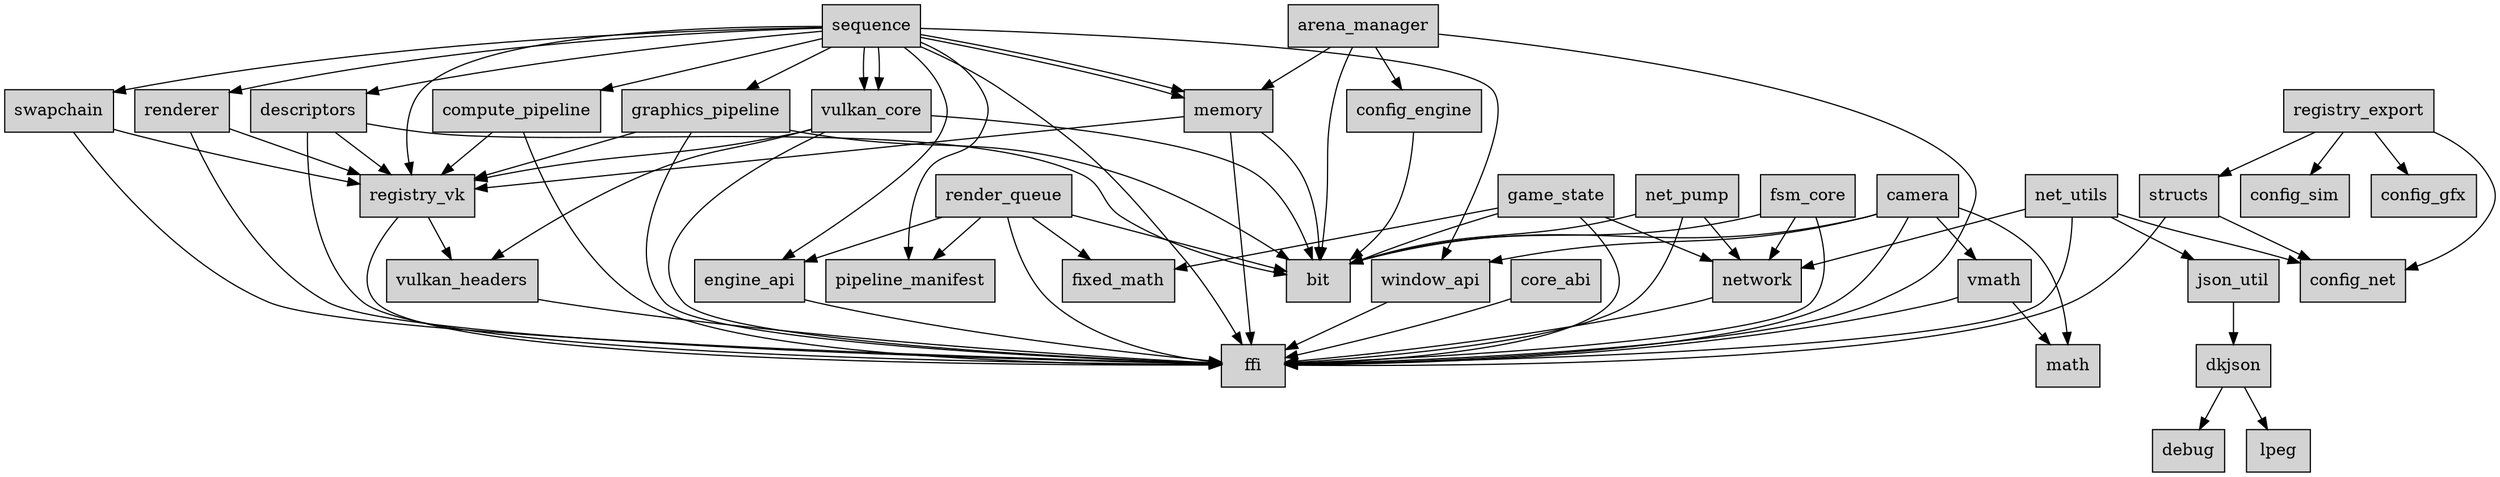
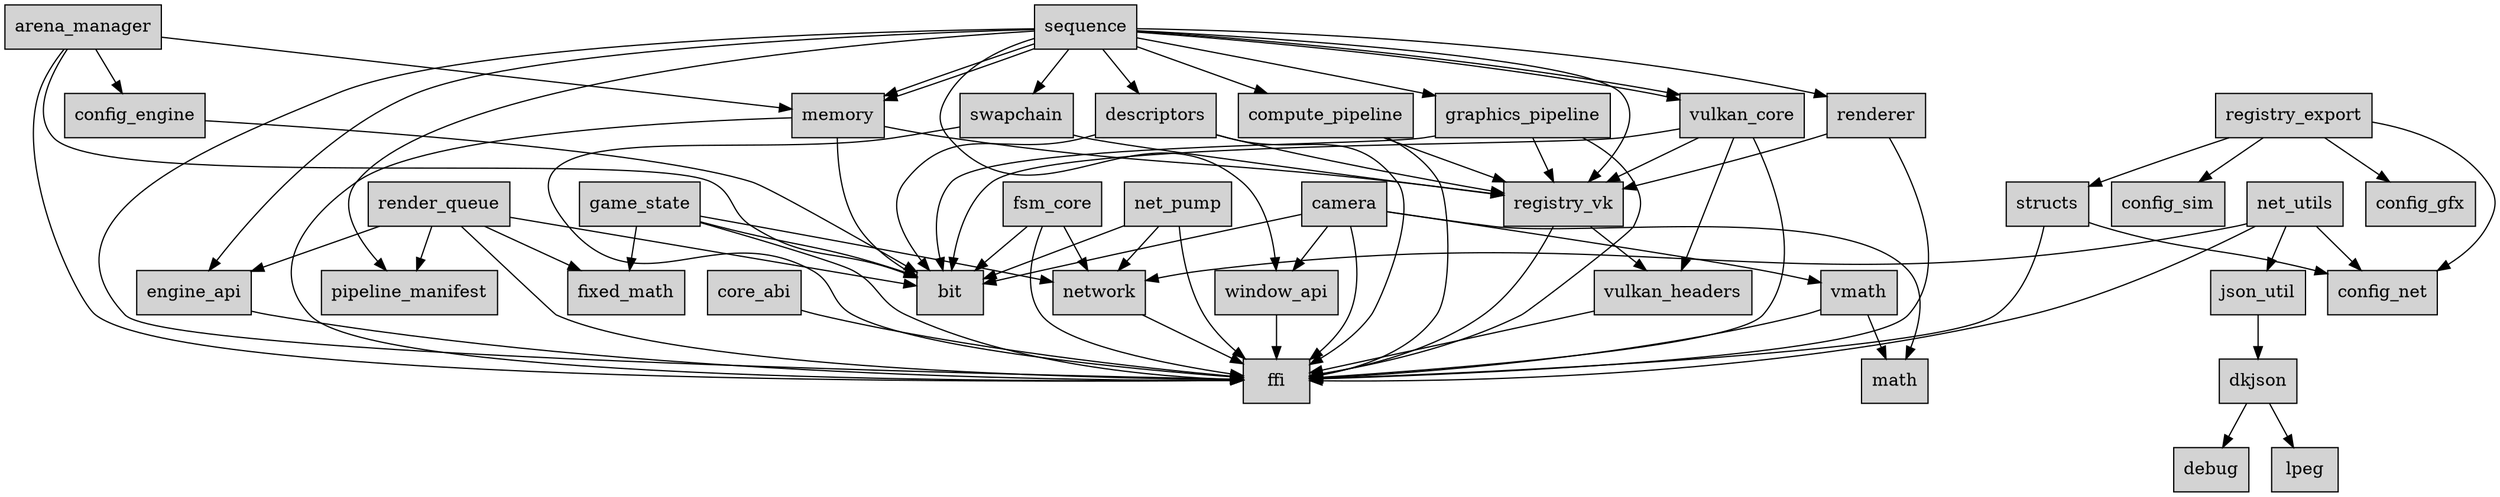
digraph WeaverEngine {
  node [shape=box, style=filled, fillcolor=lightgray];
-   "json_util" -> "dkjson";
-   "game_state" -> "ffi";
-   "game_state" -> "bit";
-   "game_state" -> "network";
-   "game_state" -> "fixed_math";
-   "config_net";
-   "renderer" -> "ffi";
-   "renderer" -> "registry_vk";
-   "pipeline_manifest";
-   "network" -> "ffi";
-   "net_pump" -> "ffi";
-   "net_pump" -> "bit";
-   "net_pump" -> "network";
-   "compute_pipeline" -> "ffi";
-   "compute_pipeline" -> "registry_vk";
-   "registry_vk" -> "ffi";
-   "registry_vk" -> "vulkan_headers";
-   "vulkan_core" -> "ffi";
-   "vulkan_core" -> "bit";
-   "vulkan_core" -> "vulkan_headers";
-   "vulkan_core" -> "registry_vk";
-   "core_abi" -> "ffi";
-   "arena_manager" -> "ffi";
-   "arena_manager" -> "bit";
-   "arena_manager" -> "config_engine";
-   "arena_manager" -> "memory";
-   "descriptors" -> "ffi";
-   "descriptors" -> "bit";
-   "descriptors" -> "registry_vk";
-   "swapchain" -> "ffi";
-   "swapchain" -> "registry_vk";
-   "graphics_pipeline" -> "ffi";
-   "graphics_pipeline" -> "bit";
-   "graphics_pipeline" -> "registry_vk";
-   "camera" -> "ffi";
-   "camera" -> "math";
-   "camera" -> "bit";
-   "camera" -> "vmath";
-   "camera" -> "window_api";
-   "config_gfx";
-   "dkjson" -> "debug";
-   "dkjson" -> "lpeg";
-   "structs" -> "ffi";
-   "structs" -> "config_net";
-   "window_api" -> "ffi";
-   "config_engine" -> "bit";
  "sequence" -> "ffi";
  "sequence" -> "registry_vk";
  "sequence" -> "pipeline_manifest";
  "sequence" -> "window_api";
  "sequence" -> "engine_api";
  "sequence" -> "vulkan_core";
  "sequence" -> "vulkan_core";
  "sequence" -> "memory";
  "sequence" -> "swapchain";
  "sequence" -> "descriptors";
  "sequence" -> "memory";
  "sequence" -> "compute_pipeline";
  "sequence" -> "graphics_pipeline";
  "sequence" -> "renderer";
+   "network" -> "ffi";
+   "engine_api" -> "ffi";
+   "camera" -> "ffi";
+   "camera" -> "math";
+   "camera" -> "bit";
+   "camera" -> "vmath";
+   "camera" -> "window_api";
+   "config_sim";
+   "registry_export" -> "structs";
+   "registry_export" -> "config_gfx";
+   "registry_export" -> "config_sim";
+   "registry_export" -> "config_net";
+   "config_net";
+   "fsm_core" -> "network";
+   "fsm_core" -> "bit";
+   "fsm_core" -> "ffi";
+   "arena_manager" -> "ffi";
+   "arena_manager" -> "bit";
+   "arena_manager" -> "config_engine";
+   "arena_manager" -> "memory";
+   "descriptors" -> "ffi";
+   "descriptors" -> "bit";
+   "descriptors" -> "registry_vk";
+   "pipeline_manifest";
+   "core_abi" -> "ffi";
+   "registry_vk" -> "ffi";
+   "registry_vk" -> "vulkan_headers";
+   "config_gfx";
  "memory" -> "ffi";
  "memory" -> "bit";
  "memory" -> "registry_vk";
-   "config_sim";
-   "fsm_core" -> "network";
-   "fsm_core" -> "bit";
-   "fsm_core" -> "ffi";
  "net_utils" -> "ffi";
  "net_utils" -> "json_util";
  "net_utils" -> "config_net";
  "net_utils" -> "network";
-   "registry_export" -> "structs";
-   "registry_export" -> "config_gfx";
-   "registry_export" -> "config_sim";
-   "registry_export" -> "config_net";
-   "fixed_math";
-   "vulkan_headers" -> "ffi";
-   "vmath" -> "ffi";
-   "vmath" -> "math";
-   "engine_api" -> "ffi";
+   "vulkan_core" -> "ffi";
+   "vulkan_core" -> "bit";
+   "vulkan_core" -> "vulkan_headers";
+   "vulkan_core" -> "registry_vk";
+   "renderer" -> "ffi";
+   "renderer" -> "registry_vk";
+   "dkjson" -> "debug";
+   "dkjson" -> "lpeg";
+   "structs" -> "ffi";
+   "structs" -> "config_net";
+   "json_util" -> "dkjson";
+   "config_engine" -> "bit";
+   "swapchain" -> "ffi";
+   "swapchain" -> "registry_vk";
  "render_queue" -> "ffi";
  "render_queue" -> "pipeline_manifest";
  "render_queue" -> "bit";
  "render_queue" -> "fixed_math";
  "render_queue" -> "engine_api";
+   "graphics_pipeline" -> "ffi";
+   "graphics_pipeline" -> "bit";
+   "graphics_pipeline" -> "registry_vk";
+   "net_pump" -> "ffi";
+   "net_pump" -> "bit";
+   "net_pump" -> "network";
+   "window_api" -> "ffi";
+   "vulkan_headers" -> "ffi";
+   "fixed_math";
+   "game_state" -> "ffi";
+   "game_state" -> "bit";
+   "game_state" -> "network";
+   "game_state" -> "fixed_math";
+   "vmath" -> "ffi";
+   "vmath" -> "math";
+   "compute_pipeline" -> "ffi";
+   "compute_pipeline" -> "registry_vk";
}